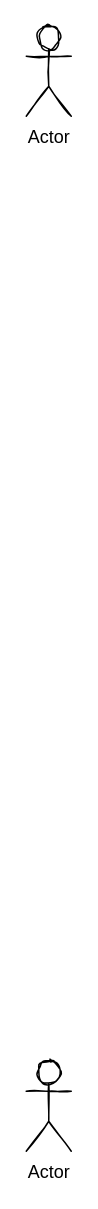
Earlier version of the draw.io diagram Kemai/好餐谋V11启用扫码点餐流程图.drawio (noobwu/diagrams). Source tidied: cells renumbered, new cells numbered last; positions are measured from the earlier drawing's top-left corner, leaving out a move shared by most shapes. Both pictures are drawn from the tidied source at 150%, with x=0, y=0 at pixel (26, 26).
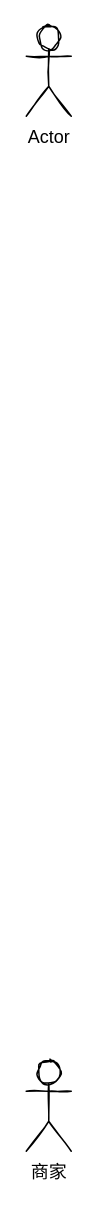
The same page after the edit.

Commit message (it also covers changes not shown here):
更新好餐谋V11启用扫码点餐流程图.drawio

Diff of the diagram source:
```diff
@@
 <mxGraphModel>
   <root>
     <mxCell id="0" />
     <mxCell id="1" parent="0" />
     <mxCell id="2" value="Actor" style="shape=umlActor;verticalLabelPosition=bottom;verticalAlign=top;html=1;rounded=0;sketch=1;" parent="1" vertex="1">
       <mxGeometry width="30" height="60" as="geometry" />
     </mxCell>
-    <mxCell id="3" value="Actor" style="shape=umlActor;verticalLabelPosition=bottom;verticalAlign=top;html=1;rounded=0;sketch=1;" parent="1" vertex="1">
+    <mxCell id="3" value="商家" style="shape=umlActor;verticalLabelPosition=bottom;verticalAlign=top;html=1;rounded=0;sketch=1;" parent="1" vertex="1">
       <mxGeometry y="690" width="30" height="60" as="geometry" />
     </mxCell>
   </root>
 </mxGraphModel>
```
